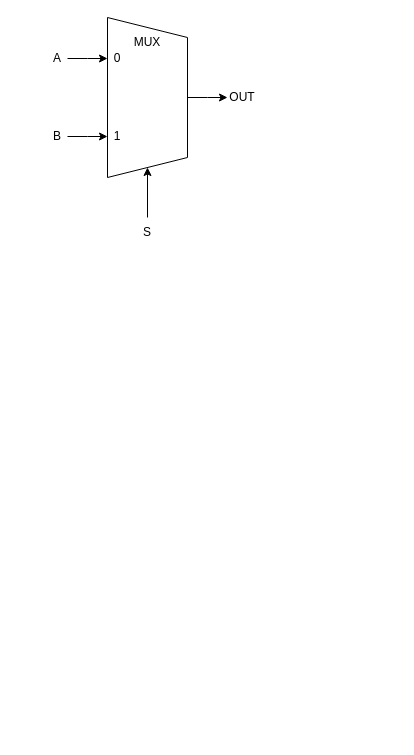
UniversityOfPlymouth-Electronics/DigitalSystems keeps this draw.io diagram as img/circuit/comb_logic_components.drawio. Above is the earlier version. Source tidied: cells renumbered, new cells numbered last; positions are measured from the earlier drawing's top-left corner, leaving out a move shared by most shapes. Both pictures are drawn from the tidied source at 100%, with x=0, y=0 at pixel (47, 27).
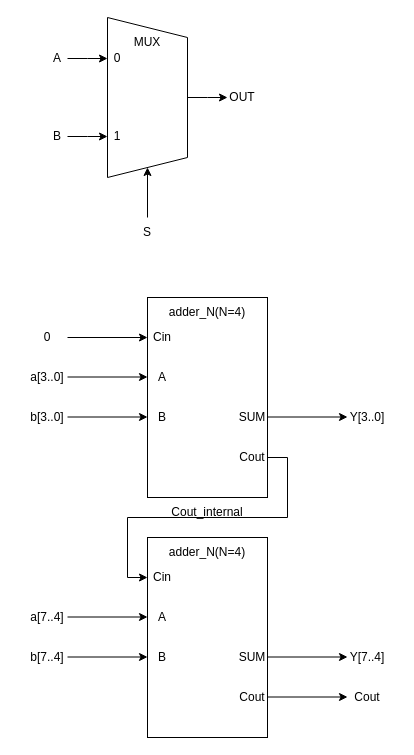
The same page after the edit.

The edit, as a diff of the source:
```diff
@@
+    <mxCell id="14" style="rounded=0;whiteSpace=wrap;html=1;" parent="1" vertex="1">
+      <mxGeometry x="100" y="270" width="120" height="200" as="geometry" />
+    </mxCell>
+    <mxCell id="15" value="Cin" style="text;html=1;strokeColor=none;fillColor=none;align=center;verticalAlign=middle;whiteSpace=wrap;rounded=0;" parent="1" vertex="1">
+      <mxGeometry x="100" y="300" width="30" height="20" as="geometry" />
+    </mxCell>
+    <mxCell id="16" value="A" style="text;html=1;strokeColor=none;fillColor=none;align=center;verticalAlign=middle;whiteSpace=wrap;rounded=0;" parent="1" vertex="1">
+      <mxGeometry x="100" y="340" width="30" height="20" as="geometry" />
+    </mxCell>
+    <mxCell id="17" value="B" style="text;html=1;strokeColor=none;fillColor=none;align=center;verticalAlign=middle;whiteSpace=wrap;rounded=0;" parent="1" vertex="1">
+      <mxGeometry x="100" y="380" width="30" height="20" as="geometry" />
+    </mxCell>
+    <mxCell id="18" value="SUM" style="text;html=1;strokeColor=none;fillColor=none;align=center;verticalAlign=middle;whiteSpace=wrap;rounded=0;" parent="1" vertex="1">
+      <mxGeometry x="190" y="380" width="30" height="20" as="geometry" />
+    </mxCell>
+    <mxCell id="19" style="edgeStyle=orthogonalEdgeStyle;rounded=0;jettySize=auto;html=1;exitX=1;exitY=0.5;exitDx=0;exitDy=0;entryX=0;entryY=0.5;entryDx=0;entryDy=0;" parent="1" edge="1" source="20" target="26">
+      <mxGeometry relative="1" as="geometry" />
+    </mxCell>
+    <mxCell id="20" value="Cout" style="text;html=1;strokeColor=none;fillColor=none;align=center;verticalAlign=middle;whiteSpace=wrap;rounded=0;" parent="1" vertex="1">
+      <mxGeometry x="190" y="420" width="30" height="20" as="geometry" />
+    </mxCell>
+    <mxCell id="21" style="endArrow=classic;html=1;rounded=0;entryX=0;entryY=0.5;entryDx=0;entryDy=0;" parent="1" edge="1" target="15">
+      <mxGeometry relative="1" as="geometry">
+        <mxPoint x="20" y="310" as="sourcePoint" />
+      </mxGeometry>
+    </mxCell>
+    <mxCell id="22" style="endArrow=classic;html=1;rounded=0;entryX=0;entryY=0.5;entryDx=0;entryDy=0;" parent="1" edge="1">
+      <mxGeometry relative="1" as="geometry">
+        <mxPoint x="20" y="349.5" as="sourcePoint" />
+        <mxPoint x="100" y="349.5" as="targetPoint" />
+      </mxGeometry>
+    </mxCell>
+    <mxCell id="23" style="endArrow=classic;html=1;rounded=0;entryX=0;entryY=0.5;entryDx=0;entryDy=0;" parent="1" edge="1">
+      <mxGeometry relative="1" as="geometry">
+        <mxPoint x="20" y="389.5" as="sourcePoint" />
+        <mxPoint x="100" y="389.5" as="targetPoint" />
+      </mxGeometry>
+    </mxCell>
+    <mxCell id="24" style="endArrow=classic;html=1;rounded=0;entryX=0;entryY=0.5;entryDx=0;entryDy=0;" parent="1" edge="1">
+      <mxGeometry relative="1" as="geometry">
+        <mxPoint x="220" y="389.5" as="sourcePoint" />
+        <mxPoint x="300" y="389.5" as="targetPoint" />
+      </mxGeometry>
+    </mxCell>
+    <mxCell id="25" style="rounded=0;whiteSpace=wrap;html=1;" parent="1" vertex="1">
+      <mxGeometry x="100" y="510" width="120" height="200" as="geometry" />
+    </mxCell>
+    <mxCell id="26" value="Cin" style="text;html=1;strokeColor=none;fillColor=none;align=center;verticalAlign=middle;whiteSpace=wrap;rounded=0;" parent="1" vertex="1">
+      <mxGeometry x="100" y="540" width="30" height="20" as="geometry" />
+    </mxCell>
+    <mxCell id="27" value="A" style="text;html=1;strokeColor=none;fillColor=none;align=center;verticalAlign=middle;whiteSpace=wrap;rounded=0;" parent="1" vertex="1">
+      <mxGeometry x="100" y="580" width="30" height="20" as="geometry" />
+    </mxCell>
+    <mxCell id="28" value="B" style="text;html=1;strokeColor=none;fillColor=none;align=center;verticalAlign=middle;whiteSpace=wrap;rounded=0;" parent="1" vertex="1">
+      <mxGeometry x="100" y="620" width="30" height="20" as="geometry" />
+    </mxCell>
+    <mxCell id="29" value="SUM" style="text;html=1;strokeColor=none;fillColor=none;align=center;verticalAlign=middle;whiteSpace=wrap;rounded=0;" parent="1" vertex="1">
+      <mxGeometry x="190" y="620" width="30" height="20" as="geometry" />
+    </mxCell>
+    <mxCell id="30" value="Cout" style="text;html=1;strokeColor=none;fillColor=none;align=center;verticalAlign=middle;whiteSpace=wrap;rounded=0;" parent="1" vertex="1">
+      <mxGeometry x="190" y="660" width="30" height="20" as="geometry" />
+    </mxCell>
+    <mxCell id="31" style="endArrow=classic;html=1;rounded=0;entryX=0;entryY=0.5;entryDx=0;entryDy=0;" parent="1" edge="1">
+      <mxGeometry relative="1" as="geometry">
+        <mxPoint x="20" y="589.5" as="sourcePoint" />
+        <mxPoint x="100" y="589.5" as="targetPoint" />
+      </mxGeometry>
+    </mxCell>
+    <mxCell id="32" style="endArrow=classic;html=1;rounded=0;entryX=0;entryY=0.5;entryDx=0;entryDy=0;" parent="1" edge="1">
+      <mxGeometry relative="1" as="geometry">
+        <mxPoint x="20" y="629.5" as="sourcePoint" />
+        <mxPoint x="100" y="629.5" as="targetPoint" />
+      </mxGeometry>
+    </mxCell>
+    <mxCell id="33" style="endArrow=classic;html=1;rounded=0;entryX=0;entryY=0.5;entryDx=0;entryDy=0;" parent="1" edge="1">
+      <mxGeometry relative="1" as="geometry">
+        <mxPoint x="220" y="629.5" as="sourcePoint" />
+        <mxPoint x="300" y="629.5" as="targetPoint" />
+      </mxGeometry>
+    </mxCell>
+    <mxCell id="34" style="endArrow=classic;html=1;rounded=0;entryX=0;entryY=0.5;entryDx=0;entryDy=0;" parent="1" edge="1">
+      <mxGeometry relative="1" as="geometry">
+        <mxPoint x="220" y="669.5" as="sourcePoint" />
+        <mxPoint x="300" y="669.5" as="targetPoint" />
+      </mxGeometry>
+    </mxCell>
+    <mxCell id="35" value="0" style="text;html=1;strokeColor=none;fillColor=none;align=center;verticalAlign=middle;whiteSpace=wrap;rounded=0;" parent="1" vertex="1">
+      <mxGeometry x="-30" y="295" width="60" height="30" as="geometry" />
+    </mxCell>
+    <mxCell id="36" value="a[3..0]" style="text;html=1;strokeColor=none;fillColor=none;align=center;verticalAlign=middle;whiteSpace=wrap;rounded=0;" parent="1" vertex="1">
+      <mxGeometry x="-30" y="335" width="60" height="30" as="geometry" />
+    </mxCell>
+    <mxCell id="37" value="b[3..0]" style="text;html=1;strokeColor=none;fillColor=none;align=center;verticalAlign=middle;whiteSpace=wrap;rounded=0;" parent="1" vertex="1">
+      <mxGeometry x="-30" y="375" width="60" height="30" as="geometry" />
+    </mxCell>
+    <mxCell id="38" value="a[7..4]" style="text;html=1;strokeColor=none;fillColor=none;align=center;verticalAlign=middle;whiteSpace=wrap;rounded=0;" parent="1" vertex="1">
+      <mxGeometry x="-30" y="575" width="60" height="30" as="geometry" />
+    </mxCell>
+    <mxCell id="39" value="b[7..4]" style="text;html=1;strokeColor=none;fillColor=none;align=center;verticalAlign=middle;whiteSpace=wrap;rounded=0;" parent="1" vertex="1">
+      <mxGeometry x="-30" y="615" width="60" height="30" as="geometry" />
+    </mxCell>
+    <mxCell id="40" value="Y[3..0]" style="text;html=1;strokeColor=none;fillColor=none;align=center;verticalAlign=middle;whiteSpace=wrap;rounded=0;" parent="1" vertex="1">
+      <mxGeometry x="290" y="375" width="60" height="30" as="geometry" />
+    </mxCell>
+    <mxCell id="41" value="Y[7..4]" style="text;html=1;strokeColor=none;fillColor=none;align=center;verticalAlign=middle;whiteSpace=wrap;rounded=0;" parent="1" vertex="1">
+      <mxGeometry x="290" y="615" width="60" height="30" as="geometry" />
+    </mxCell>
+    <mxCell id="42" value="Cout" style="text;html=1;strokeColor=none;fillColor=none;align=center;verticalAlign=middle;whiteSpace=wrap;rounded=0;" parent="1" vertex="1">
+      <mxGeometry x="290" y="655" width="60" height="30" as="geometry" />
+    </mxCell>
+    <mxCell id="43" value="adder_N(N=4)" style="text;html=1;strokeColor=none;fillColor=none;align=center;verticalAlign=middle;whiteSpace=wrap;rounded=0;" parent="1" vertex="1">
+      <mxGeometry x="100" y="270" width="120" height="30" as="geometry" />
+    </mxCell>
+    <mxCell id="44" value="adder_N(N=4)" style="text;html=1;strokeColor=none;fillColor=none;align=center;verticalAlign=middle;whiteSpace=wrap;rounded=0;" parent="1" vertex="1">
+      <mxGeometry x="100" y="510" width="120" height="30" as="geometry" />
+    </mxCell>
+    <mxCell id="45" value="Cout_internal" style="text;html=1;strokeColor=none;fillColor=none;align=center;verticalAlign=middle;whiteSpace=wrap;rounded=0;rotation=0;" parent="1" vertex="1">
+      <mxGeometry x="130" y="470" width="60" height="30" as="geometry" />
+    </mxCell>
```
